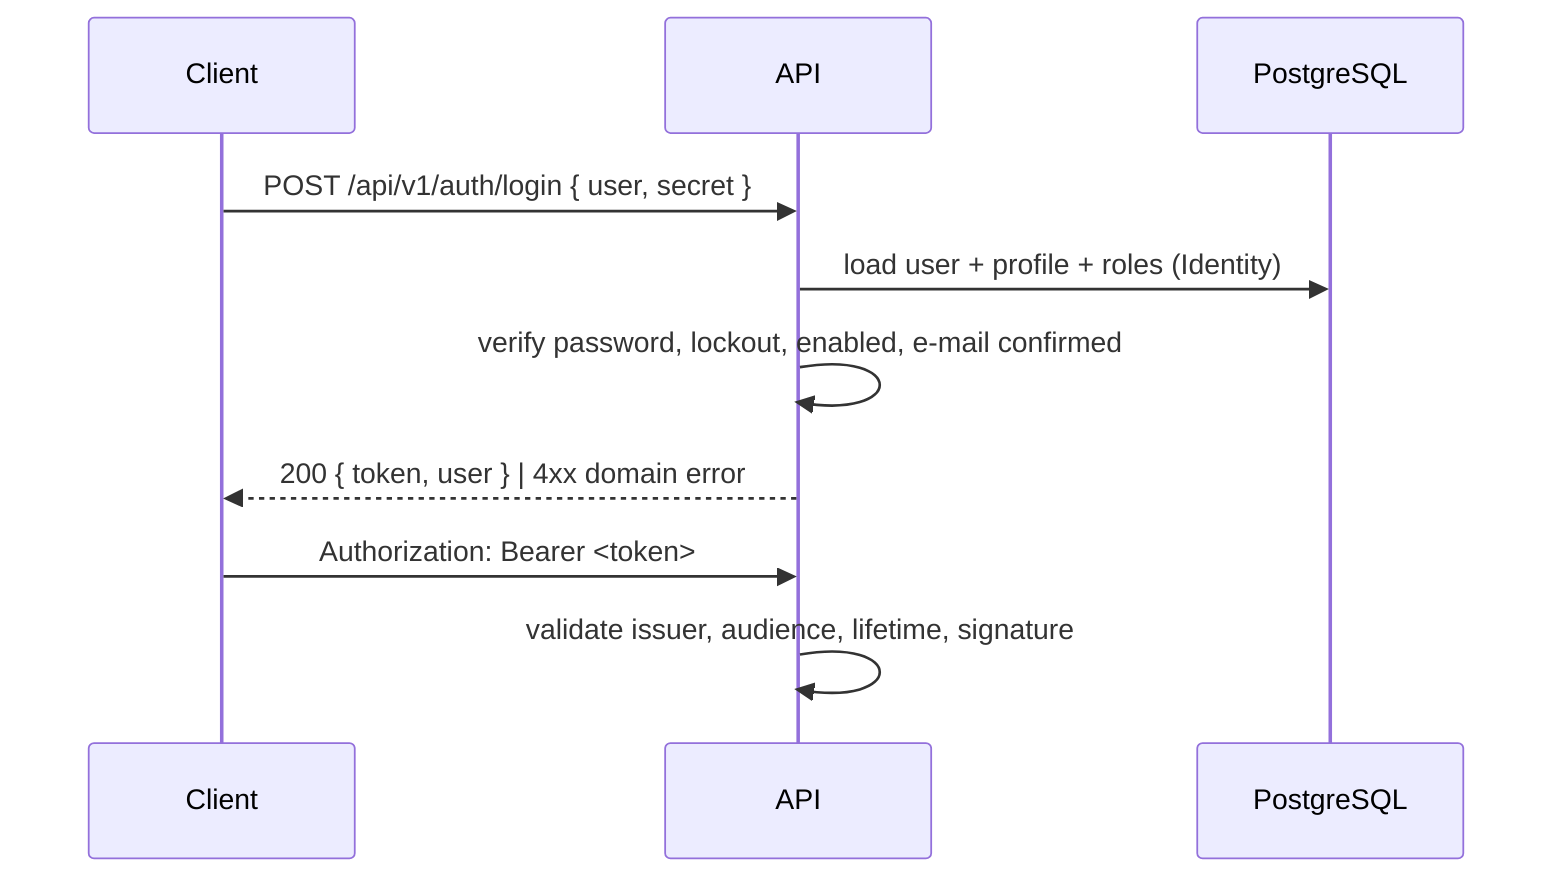
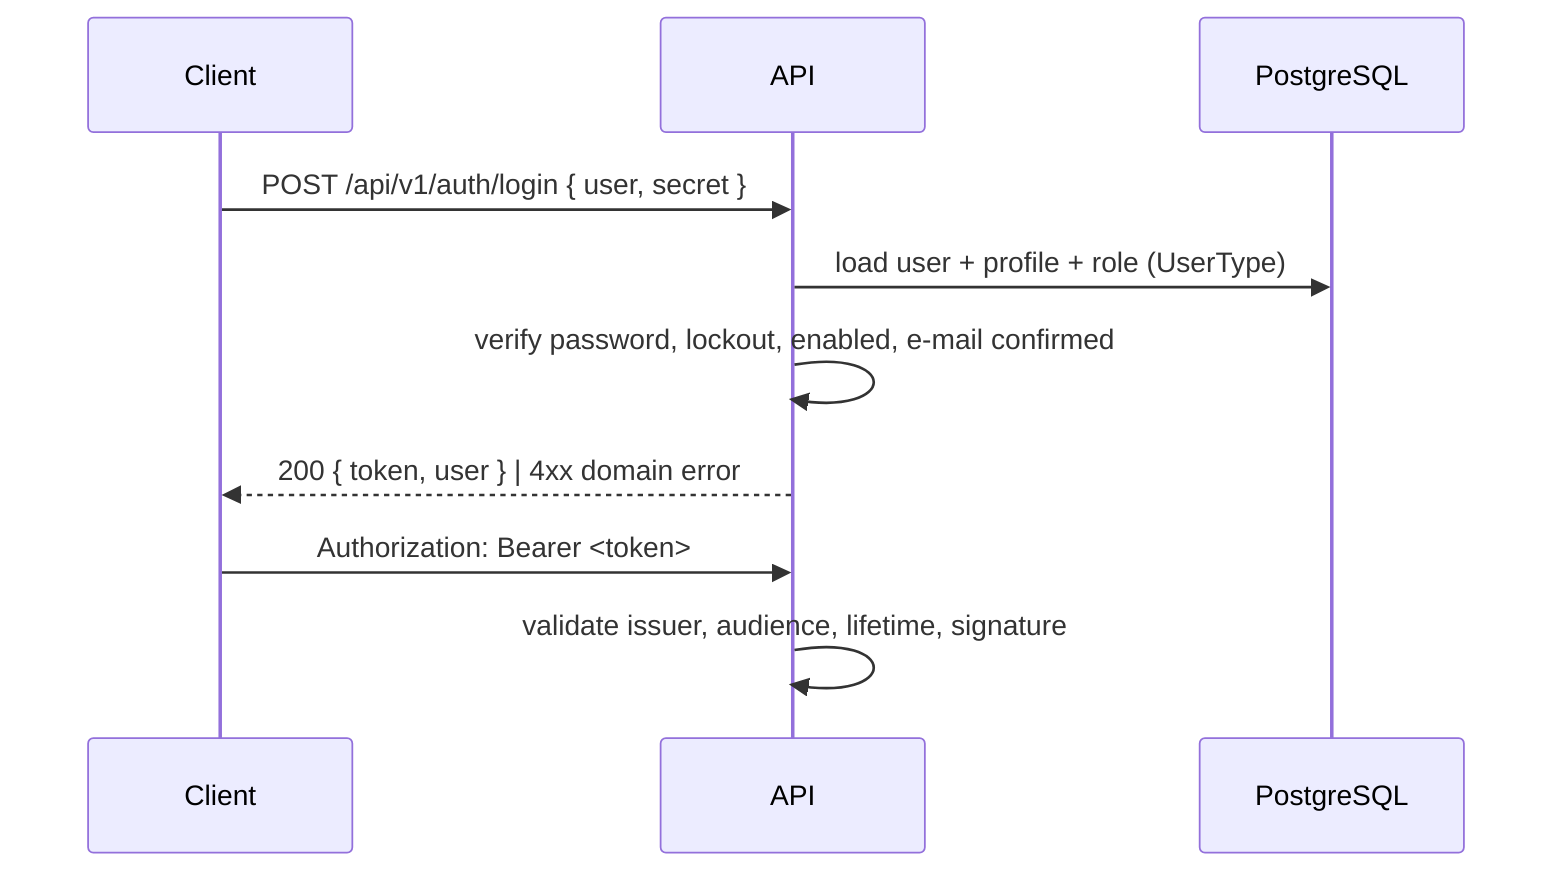
sequenceDiagram
    participant C as Client
    participant A as API
    participant DB as PostgreSQL

    C->>A: POST /api/v1/auth/login { user, secret }
-     A->>DB: load user + profile + roles (Identity)
+     A->>DB: load user + profile + role (UserType)
    A->>A: verify password, lockout, enabled, e-mail confirmed
    A-->>C: 200 { token, user } | 4xx domain error
    C->>A: Authorization: Bearer <token>
    A->>A: validate issuer, audience, lifetime, signature
